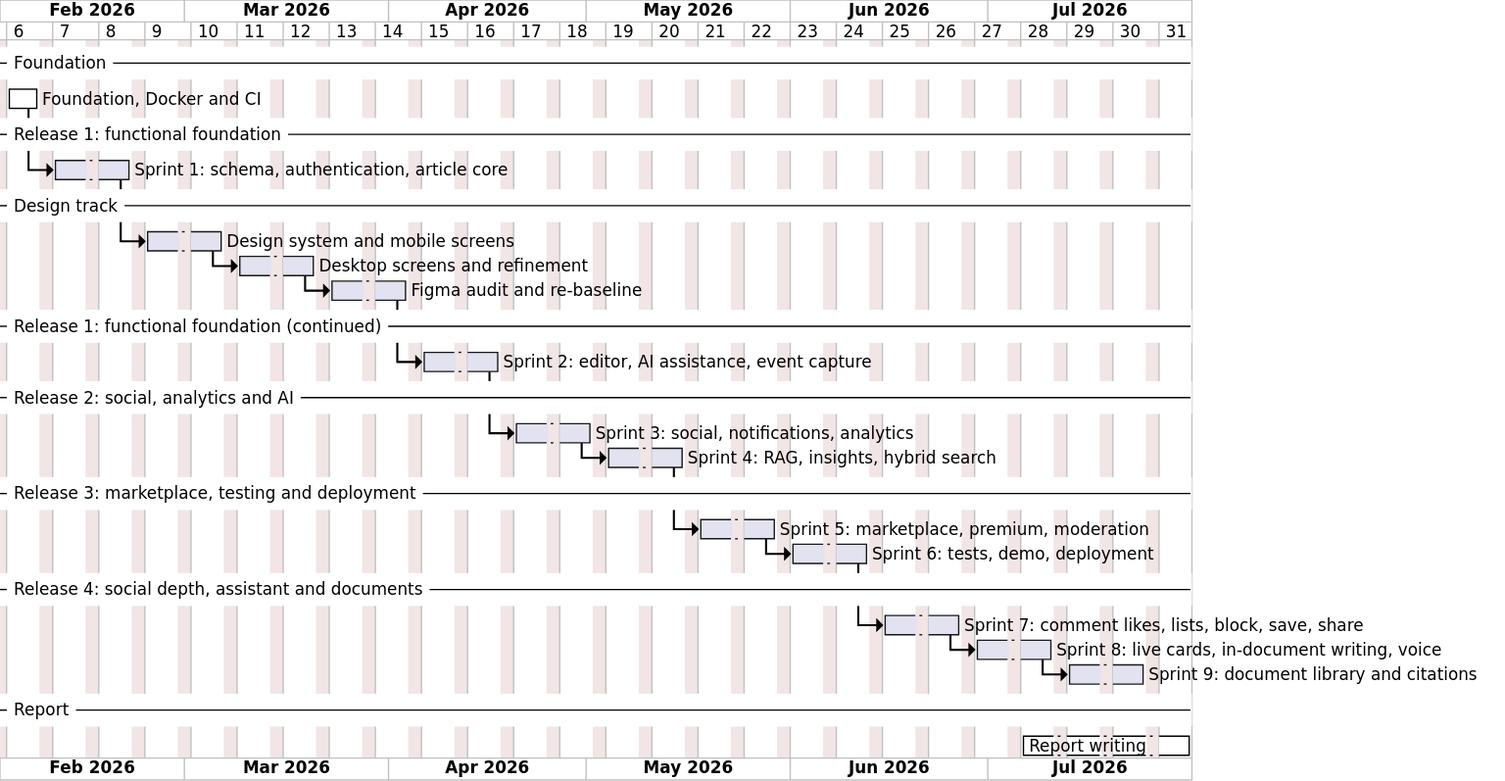
The PlantUML diagram diagrams/fig-2-4-gantt/fig-2-4-gantt.svg in inkwell-dev/spec.inkwell.ai, before a commit.
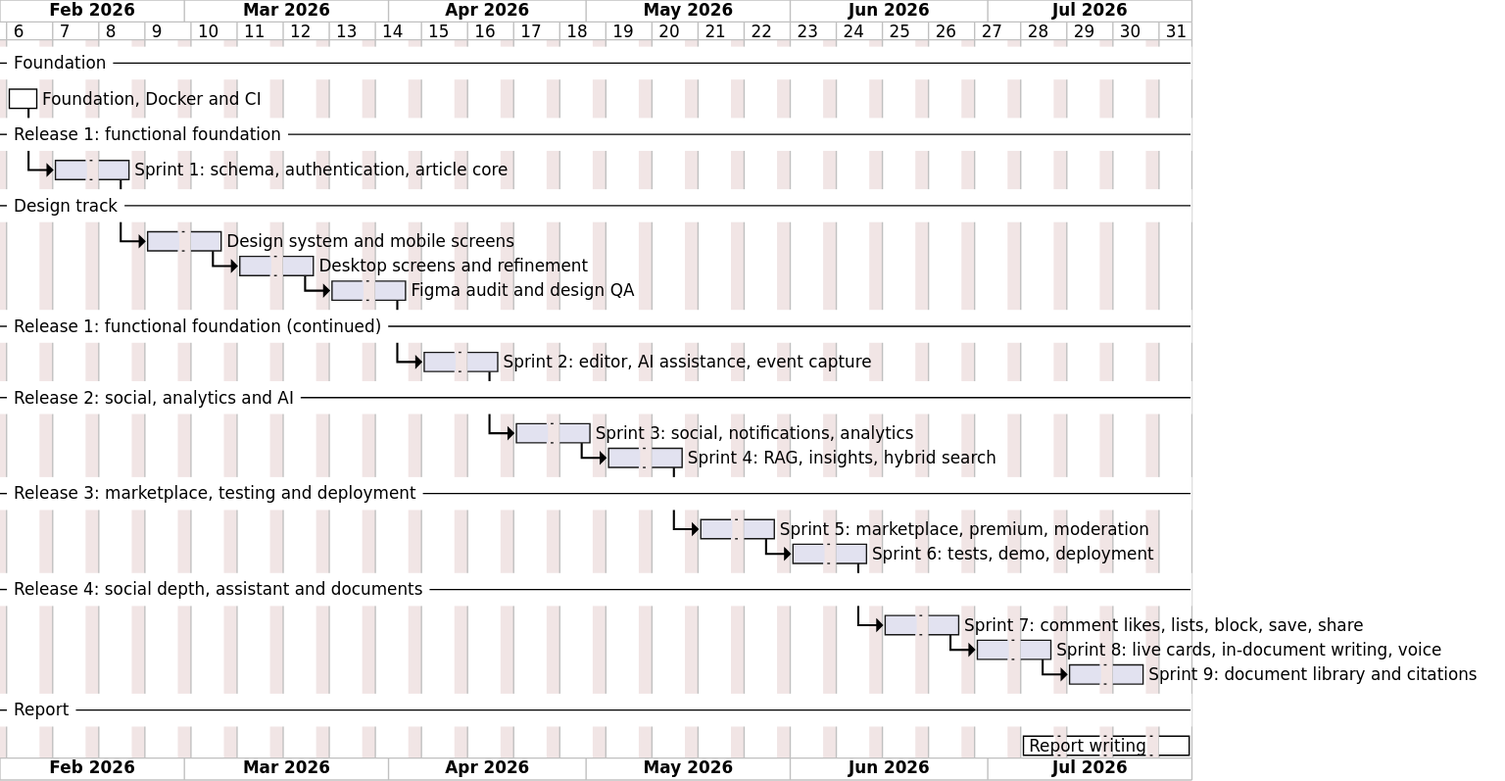
The same diagram one commit later.

Commit message:
docs(diagrams): fig-2-4 names the last design sprint for its work

"Figma audit and re-baseline" becomes "Figma audit and design QA", which is
what the sprint delivered, and the source comment points at section 5 of
10-requirements.md, which now carries the same dates.

The edit, as a diff of the source:
```diff
@@ -19,11 +19,11 @@
 [Design system and mobile screens] lasts 10 days
 [Desktop screens and refinement] starts at [Design system and mobile screens]'s end
 [Desktop screens and refinement] lasts 10 days
-[Figma audit and re-baseline] starts at [Desktop screens and refinement]'s end
-[Figma audit and re-baseline] lasts 10 days
+[Figma audit and design QA] starts at [Desktop screens and refinement]'s end
+[Figma audit and design QA] lasts 10 days
 
 -- Release 1: functional foundation (continued) --
-[Sprint 2: editor, AI assistance, event capture] starts at [Figma audit and re-baseline]'s end
+[Sprint 2: editor, AI assistance, event capture] starts at [Figma audit and design QA]'s end
 [Sprint 2: editor, AI assistance, event capture] lasts 10 days
 
 -- Release 2: social, analytics and AI --
```
